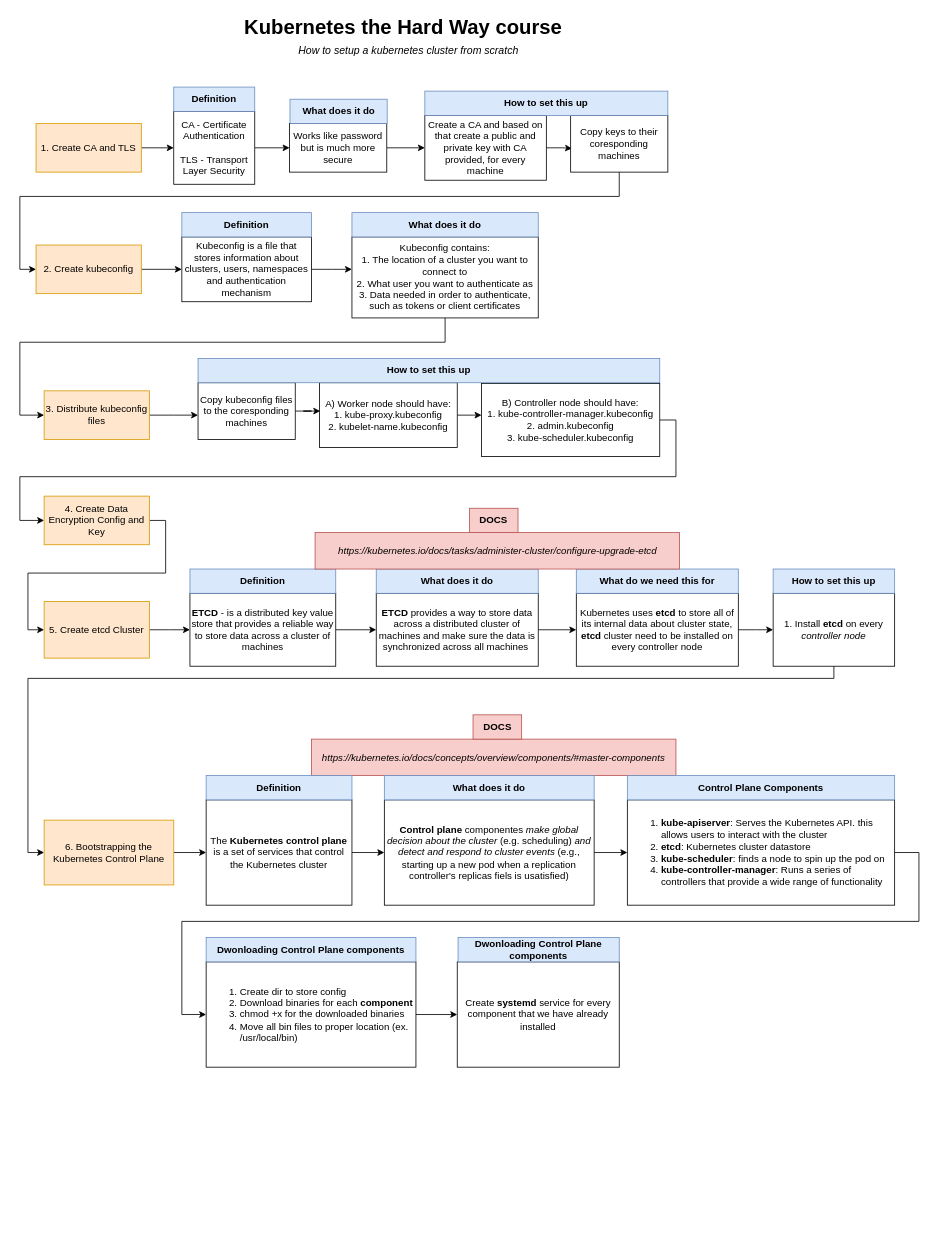
JanKaczmarski/diagrams keeps this draw.io diagram as KTHW.drawio. Above is the earlier version. Source tidied: cells renumbered, new cells numbered last; positions are measured from the earlier drawing's top-left corner, leaving out a move shared by most shapes. Both pictures are drawn from the tidied source at 81%, with x=0, y=0 at pixel (19, 14).
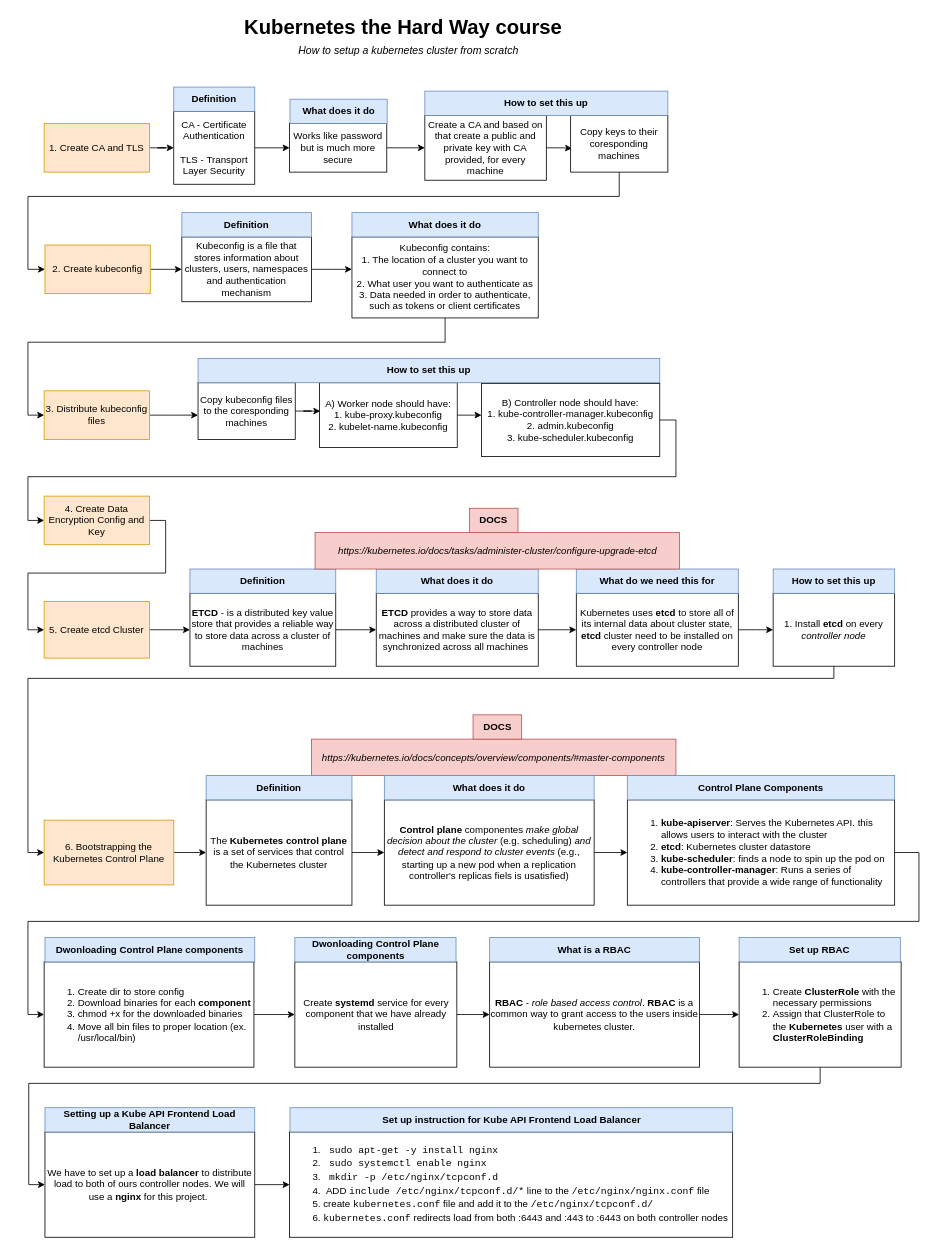
After the change.

Unchanged cells that the change refers to:
```xml
<mxCell id="15" value="Kubeconfig contains:&lt;br&gt;1. The location of a cluster you want to connect to&lt;br&gt;2. What user you want to authenticate as&lt;br&gt;3. Data needed in order to authenticate, such as tokens or client certificates" style="rounded=0;whiteSpace=wrap;html=1;" parent="1" vertex="1">
  <mxGeometry x="410" y="275" width="230" height="100" as="geometry" />
</mxCell>
<mxCell id="17" value="Copy keys to their coresponding machines" style="rounded=0;whiteSpace=wrap;html=1;" parent="1" vertex="1">
  <mxGeometry x="680" y="125" width="120" height="70" as="geometry" />
</mxCell>
<mxCell id="19" value="3. Distribute kubeconfig files" style="rounded=0;whiteSpace=wrap;html=1;fillColor=#ffe6cc;strokeColor=#d79b00;" parent="1" vertex="1">
  <mxGeometry x="30" y="465" width="130" height="60" as="geometry" />
</mxCell>
<mxCell id="25" value="B) Controller node should have:&lt;br&gt;1. kube-controller-manager.kubeconfig&lt;br&gt;2. admin.kubeconfig&lt;br&gt;3. kube-scheduler.kubeconfig" style="rounded=0;whiteSpace=wrap;html=1;" parent="1" vertex="1">
  <mxGeometry x="570" y="456" width="220" height="90" as="geometry" />
</mxCell>
<mxCell id="27" value="4. Create Data Encryption Config and Key" style="rounded=0;whiteSpace=wrap;html=1;fillColor=#ffe6cc;strokeColor=#d79b00;" parent="1" vertex="1">
  <mxGeometry x="30" y="595" width="130" height="60" as="geometry" />
</mxCell>
<mxCell id="61" value="&lt;ol&gt;&lt;li&gt;&lt;b&gt;kube-apiserver&lt;/b&gt;:&lt;b&gt;&amp;nbsp;&lt;/b&gt;Serves the Kubernetes API. this allows users to interact with the cluster&lt;/li&gt;&lt;li&gt;&lt;b&gt;etcd&lt;/b&gt;: Kubernetes cluster datastore&lt;/li&gt;&lt;li&gt;&lt;b&gt;kube-scheduler&lt;/b&gt;: finds a node to spin up the pod on&lt;/li&gt;&lt;li&gt;&lt;b&gt;kube-controller-manager&lt;/b&gt;: Runs a series of controllers that provide a wide range of functionality&lt;/li&gt;&lt;/ol&gt;" style="rounded=0;whiteSpace=wrap;html=1;align=left;" parent="1" vertex="1">
  <mxGeometry x="750" y="970" width="330" height="130" as="geometry" />
</mxCell>
```

Change to the diagram source:
```diff
@@
     <mxCell id="3" value="1. Create CA and TLS" style="rounded=0;whiteSpace=wrap;html=1;fillColor=#ffe6cc;strokeColor=#d79b00;" parent="1" vertex="1">
-      <mxGeometry x="20" y="135" width="130" height="60" as="geometry" />
+      <mxGeometry x="30" y="135" width="130" height="60" as="geometry" />
     </mxCell>
@@
     <mxCell id="11" value="2. Create kubeconfig" style="rounded=0;whiteSpace=wrap;html=1;fillColor=#ffe6cc;strokeColor=#d79b00;" parent="1" vertex="1">
-      <mxGeometry x="20" y="285" width="130" height="60" as="geometry" />
+      <mxGeometry x="31" y="285" width="130" height="60" as="geometry" />
     </mxCell>
@@
     <mxCell id="14" style="edgeStyle=orthogonalEdgeStyle;rounded=0;jettySize=auto;html=1;entryX=0;entryY=0.5;entryDx=0;entryDy=0;" parent="1" edge="1" source="15" target="19">
       <mxGeometry relative="1" as="geometry">
         <Array as="points">
           <mxPoint x="525" y="405" />
-          <mxPoint y="405" />
-          <mxPoint y="495" />
+          <mxPoint x="10" y="405" />
+          <mxPoint x="10" y="495" />
         </Array>
       </mxGeometry>
     </mxCell>
@@
     <mxCell id="16" style="edgeStyle=orthogonalEdgeStyle;rounded=0;jettySize=auto;html=1;exitX=0.5;exitY=1;exitDx=0;exitDy=0;entryX=0;entryY=0.5;entryDx=0;entryDy=0;" parent="1" edge="1" source="17" target="11">
       <mxGeometry relative="1" as="geometry">
         <Array as="points">
           <mxPoint x="740" y="225" />
-          <mxPoint y="225" />
-          <mxPoint y="315" />
+          <mxPoint x="10" y="225" />
+          <mxPoint x="10" y="315" />
         </Array>
       </mxGeometry>
     </mxCell>
@@
     <mxCell id="24" style="edgeStyle=orthogonalEdgeStyle;rounded=0;jettySize=auto;html=1;exitX=1;exitY=0.5;exitDx=0;exitDy=0;entryX=0;entryY=0.5;entryDx=0;entryDy=0;" parent="1" edge="1" source="25" target="27">
       <mxGeometry relative="1" as="geometry">
         <Array as="points">
           <mxPoint x="810" y="501" />
           <mxPoint x="810" y="571" />
-          <mxPoint y="571" />
-          <mxPoint y="625" />
+          <mxPoint x="10" y="571" />
+          <mxPoint x="10" y="625" />
         </Array>
       </mxGeometry>
     </mxCell>
@@
     <mxCell id="60" style="edgeStyle=orthogonalEdgeStyle;rounded=0;jettySize=auto;html=1;" parent="1" edge="1" source="61" target="64">
       <mxGeometry relative="1" as="geometry">
         <Array as="points">
           <mxPoint x="1110" y="1035" />
           <mxPoint x="1110" y="1120" />
-          <mxPoint x="200" y="1120" />
-          <mxPoint x="200" y="1235" />
+          <mxPoint x="10" y="1120" />
+          <mxPoint x="10" y="1235" />
         </Array>
       </mxGeometry>
     </mxCell>
@@
     <mxCell id="64" value="&lt;ol&gt;&lt;li&gt;Create dir to store config&amp;nbsp;&lt;/li&gt;&lt;li&gt;Download binaries for each &lt;b&gt;component&lt;/b&gt;&lt;/li&gt;&lt;li&gt;chmod +x for the downloaded binaries&lt;/li&gt;&lt;li&gt;Move all bin files to proper location (ex. /usr/local/bin)&lt;/li&gt;&lt;/ol&gt;" style="rounded=0;whiteSpace=wrap;html=1;align=left;" parent="1" vertex="1">
-      <mxGeometry x="230" y="1170" width="259" height="130" as="geometry" />
+      <mxGeometry x="30" y="1170" width="259" height="130" as="geometry" />
     </mxCell>
     <mxCell id="65" value="&lt;b style=&quot;border-color: var(--border-color);&quot;&gt;Dwonloading Control Plane components&lt;/b&gt;" style="text;html=1;strokeColor=#6c8ebf;fillColor=#dae8fc;align=center;verticalAlign=middle;whiteSpace=wrap;rounded=0;" parent="1" vertex="1">
-      <mxGeometry x="230" y="1140" width="259" height="30" as="geometry" />
+      <mxGeometry x="31" y="1140" width="259" height="30" as="geometry" />
     </mxCell>
+    <mxCell id="70" style="edgeStyle=orthogonalEdgeStyle;rounded=0;jettySize=auto;html=1;" parent="1" edge="1" source="66" target="72">
+      <mxGeometry relative="1" as="geometry" />
+    </mxCell>
     <mxCell id="66" value="Create &lt;b&gt;systemd &lt;/b&gt;service&lt;b&gt;&amp;nbsp;&lt;/b&gt;for every component that we have already installed" style="rounded=0;whiteSpace=wrap;html=1;align=center;" parent="1" vertex="1">
-      <mxGeometry x="540" y="1170" width="200" height="130" as="geometry" />
+      <mxGeometry x="339.5" y="1170" width="200" height="130" as="geometry" />
     </mxCell>
     <mxCell id="67" value="&lt;b style=&quot;border-color: var(--border-color);&quot;&gt;Dwonloading Control Plane components&lt;/b&gt;" style="text;html=1;strokeColor=#6c8ebf;fillColor=#dae8fc;align=center;verticalAlign=middle;whiteSpace=wrap;rounded=0;" parent="1" vertex="1">
-      <mxGeometry x="541" y="1140" width="199" height="30" as="geometry" />
+      <mxGeometry x="339.5" y="1140" width="199" height="30" as="geometry" />
     </mxCell>
@@
+    <mxCell id="71" style="edgeStyle=orthogonalEdgeStyle;rounded=0;jettySize=auto;html=1;" parent="1" edge="1" source="72" target="75">
+      <mxGeometry relative="1" as="geometry" />
+    </mxCell>
+    <mxCell id="72" value="&lt;b&gt;RBAC &lt;/b&gt;- &lt;i&gt;role based access control&lt;/i&gt;. &lt;b&gt;RBAC &lt;/b&gt;is a common way to grant access to the users inside kubernetes cluster." style="rounded=0;whiteSpace=wrap;html=1;align=center;" parent="1" vertex="1">
+      <mxGeometry x="580" y="1170" width="259" height="130" as="geometry" />
+    </mxCell>
+    <mxCell id="73" value="&lt;b&gt;What is a RBAC&lt;/b&gt;" style="text;html=1;strokeColor=#6c8ebf;fillColor=#dae8fc;align=center;verticalAlign=middle;whiteSpace=wrap;rounded=0;" parent="1" vertex="1">
+      <mxGeometry x="580" y="1140" width="259" height="30" as="geometry" />
+    </mxCell>
+    <mxCell id="74" style="edgeStyle=orthogonalEdgeStyle;rounded=0;jettySize=auto;html=1;entryX=0;entryY=0.5;entryDx=0;entryDy=0;" parent="1" edge="1" source="75" target="78">
+      <mxGeometry relative="1" as="geometry">
+        <Array as="points">
+          <mxPoint x="988" y="1320" />
+          <mxPoint x="11" y="1320" />
+          <mxPoint x="11" y="1445" />
+        </Array>
+      </mxGeometry>
+    </mxCell>
+    <mxCell id="75" value="&lt;ol&gt;&lt;li&gt;Create &lt;b&gt;ClusterRole&lt;/b&gt;&amp;nbsp;with the necessary permissions&lt;/li&gt;&lt;li&gt;Assign that ClusterRole to the &lt;b&gt;Kubernetes &lt;/b&gt;user with a &lt;b&gt;ClusterRoleBinding&lt;/b&gt;&lt;/li&gt;&lt;/ol&gt;" style="rounded=0;whiteSpace=wrap;html=1;align=left;" parent="1" vertex="1">
+      <mxGeometry x="888" y="1170" width="200" height="130" as="geometry" />
+    </mxCell>
+    <mxCell id="76" value="&lt;b style=&quot;border-color: var(--border-color);&quot;&gt;Set up RBAC&lt;/b&gt;" style="text;html=1;strokeColor=#6c8ebf;fillColor=#dae8fc;align=center;verticalAlign=middle;whiteSpace=wrap;rounded=0;" parent="1" vertex="1">
+      <mxGeometry x="888" y="1140" width="199" height="30" as="geometry" />
+    </mxCell>
+    <mxCell id="77" style="edgeStyle=orthogonalEdgeStyle;rounded=0;jettySize=auto;html=1;" parent="1" edge="1" source="78" target="80">
+      <mxGeometry relative="1" as="geometry" />
+    </mxCell>
+    <mxCell id="78" value="&lt;div style=&quot;&quot;&gt;We have to set up a &lt;b&gt;load balancer &lt;/b&gt;to distribute load to both of ours controller nodes. We will use a &lt;b&gt;nginx &lt;/b&gt;for this project.&amp;nbsp;&lt;/div&gt;" style="rounded=0;whiteSpace=wrap;html=1;align=center;" parent="1" vertex="1">
+      <mxGeometry x="31" y="1380" width="259" height="130" as="geometry" />
+    </mxCell>
+    <mxCell id="79" value="&lt;b style=&quot;border-color: var(--border-color);&quot;&gt;Setting up a Kube API Frontend Load Balancer&lt;/b&gt;" style="text;html=1;strokeColor=#6c8ebf;fillColor=#dae8fc;align=center;verticalAlign=middle;whiteSpace=wrap;rounded=0;" parent="1" vertex="1">
+      <mxGeometry x="31" y="1350" width="259" height="30" as="geometry" />
+    </mxCell>
+    <mxCell id="80" value="&lt;div style=&quot;&quot;&gt;&lt;ol style=&quot;line-height: 130%;&quot;&gt;&lt;li&gt;&lt;font face=&quot;Courier New&quot;&gt;&amp;nbsp;sudo apt-get -y install nginx&lt;/font&gt;&lt;/li&gt;&lt;li&gt;&lt;font face=&quot;Courier New&quot;&gt;&amp;nbsp;sudo systemctl enable nginx&lt;/font&gt;&lt;/li&gt;&lt;li&gt;&lt;font face=&quot;Courier New&quot;&gt;&amp;nbsp;mkdir -p /etc/nginx/tcpconf.d&lt;/font&gt;&lt;/li&gt;&lt;li&gt;&amp;nbsp;ADD &lt;font face=&quot;Courier New&quot;&gt;include /etc/nginx/tcpconf.d/*&lt;/font&gt; line to the &lt;font face=&quot;Courier New&quot;&gt;/etc/nginx/nginx.conf&lt;/font&gt; file&lt;/li&gt;&lt;li&gt;create &lt;font face=&quot;Courier New&quot;&gt;kubernetes.conf&lt;/font&gt;&amp;nbsp;file and add it to the &lt;font face=&quot;Courier New&quot;&gt;/etc/nginx/tcpconf.d/&lt;/font&gt;&lt;/li&gt;&lt;li&gt;&lt;font face=&quot;Courier New&quot;&gt;kubernetes.conf&lt;/font&gt; redirects load from both :6443 and :443 to :6443 on both controller nodes&lt;/li&gt;&lt;/ol&gt;&lt;/div&gt;" style="rounded=0;whiteSpace=wrap;html=1;align=left;" parent="1" vertex="1">
+      <mxGeometry x="333" y="1380" width="547" height="130" as="geometry" />
+    </mxCell>
+    <mxCell id="81" value="&lt;b style=&quot;border-color: var(--border-color);&quot;&gt;Set up instruction for Kube API Frontend Load Balancer&lt;/b&gt;" style="text;html=1;strokeColor=#6c8ebf;fillColor=#dae8fc;align=center;verticalAlign=middle;whiteSpace=wrap;rounded=0;" parent="1" vertex="1">
+      <mxGeometry x="333.5" y="1350" width="546.5" height="30" as="geometry" />
+    </mxCell>
```
